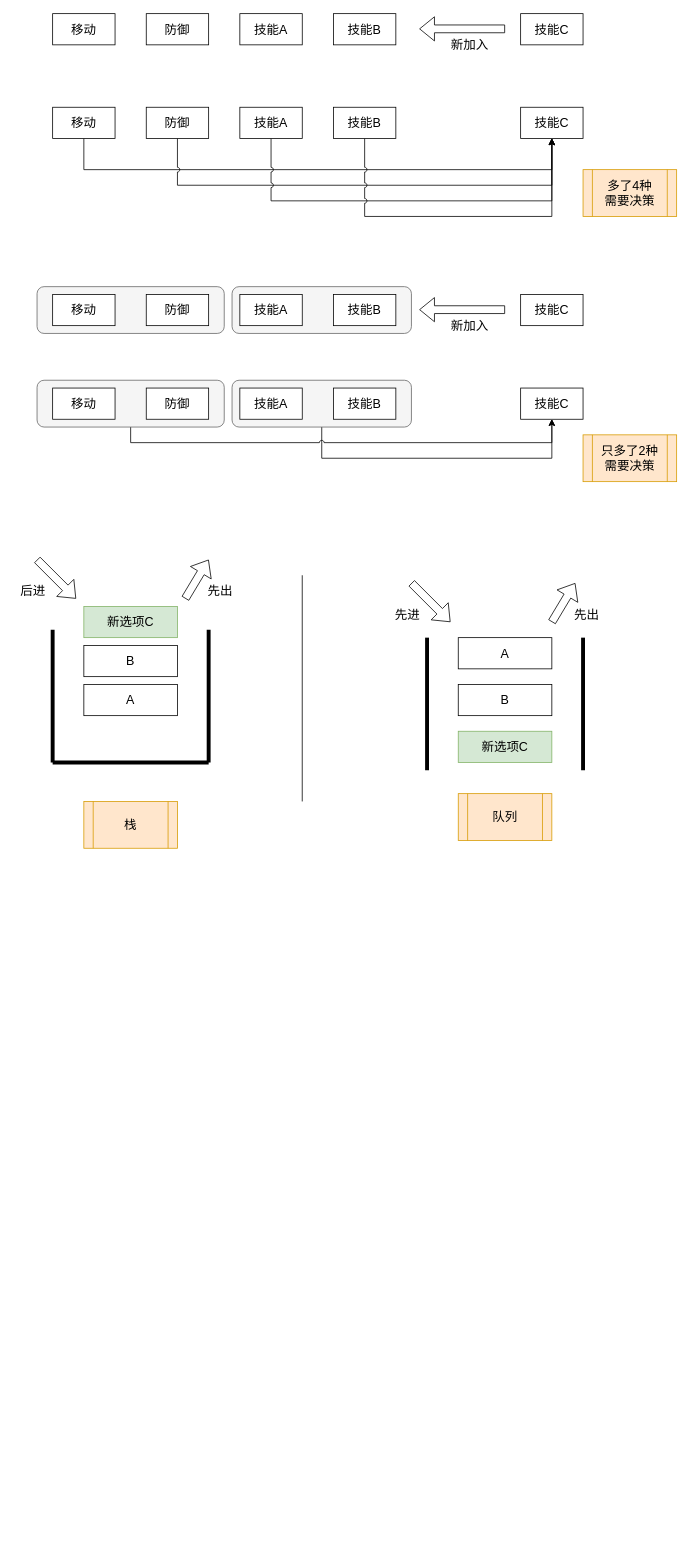
jskyzero/design.jskyzero.com keeps this draw.io diagram as assets/img/skill/GameAISkill/GameAISkill.drawio. Above is the earlier version. Source tidied: cells renumbered, new cells numbered last; positions are measured from the earlier drawing's top-left corner, leaving out a move shared by most shapes. Both pictures are drawn from the tidied source at 78%, with x=0, y=0 at pixel (13, 13).
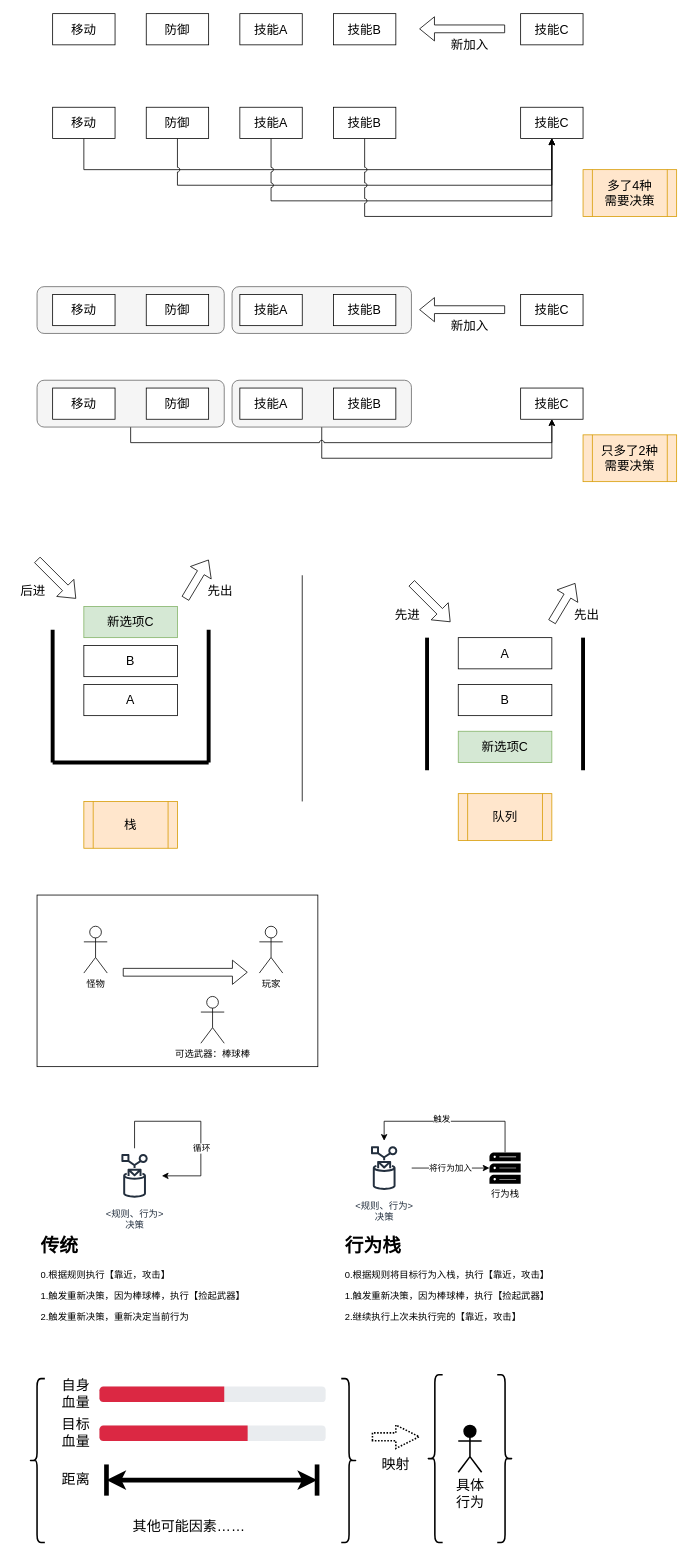
After the change.

Diff of the diagram source:
```diff
@@
+    <mxCell id="60" style="rounded=0;whiteSpace=wrap;html=1;" parent="1" vertex="1">
+      <mxGeometry x="30" y="1130" width="360" height="220" as="geometry" />
+    </mxCell>
@@
+    <mxCell id="61" value="怪物" style="shape=umlActor;verticalLabelPosition=bottom;verticalAlign=top;html=1;" parent="1" vertex="1">
+      <mxGeometry x="90" y="1170" width="30" height="60" as="geometry" />
+    </mxCell>
+    <mxCell id="62" value="玩家&lt;br&gt;" style="shape=umlActor;verticalLabelPosition=bottom;verticalAlign=top;html=1;" parent="1" vertex="1">
+      <mxGeometry x="315" y="1170" width="30" height="60" as="geometry" />
+    </mxCell>
+    <mxCell id="63" style="shape=flexArrow;endArrow=classic;html=1;" parent="1" edge="1">
+      <mxGeometry relative="1" as="geometry">
+        <mxPoint x="140" y="1229" as="sourcePoint" />
+        <mxPoint x="300" y="1229" as="targetPoint" />
+      </mxGeometry>
+    </mxCell>
+    <mxCell id="64" value="可选武器：棒球棒" style="shape=umlActor;verticalLabelPosition=bottom;verticalAlign=top;html=1;" parent="1" vertex="1">
+      <mxGeometry x="240" y="1260" width="30" height="60" as="geometry" />
+    </mxCell>
+    <mxCell id="65" style="edgeStyle=orthogonalEdgeStyle;rounded=0;orthogonalLoop=1;jettySize=auto;html=1;" parent="1" edge="1" source="67" target="67">
+      <mxGeometry relative="1" as="geometry">
+        <Array as="points">
+          <mxPoint x="155" y="1420" />
+          <mxPoint x="240" y="1420" />
+          <mxPoint x="240" y="1490" />
+        </Array>
+      </mxGeometry>
+    </mxCell>
+    <mxCell id="66" value="循环" style="edgeLabel;html=1;align=center;verticalAlign=middle;" parent="65" vertex="1">
+      <mxGeometry x="0.28" relative="1" as="geometry" />
+    </mxCell>
+    <mxCell id="67" value="&amp;lt;规则、行为&amp;gt;&lt;br&gt;决策" style="outlineConnect=0;fontColor=#232F3E;gradientColor=none;strokeColor=#232F3E;fillColor=#ffffff;dashed=0;verticalLabelPosition=bottom;verticalAlign=top;align=center;html=1;fontSize=12;fontStyle=0;shape=mxgraph.aws4.resourceIcon;resIcon=mxgraph.aws4.rule;" parent="1" vertex="1">
+      <mxGeometry x="120" y="1455" width="70" height="70" as="geometry" />
+    </mxCell>
+    <mxCell id="68" value="&lt;h1&gt;传统&lt;/h1&gt;&lt;p&gt;0.根据规则执行【靠近，攻击】&lt;/p&gt;&lt;p&gt;1.触发重新决策，因为棒球棒，执行【捡起武器】&lt;/p&gt;&lt;p&gt;2.触发重新决策，重新决定当前行为&lt;/p&gt;" style="text;html=1;strokeColor=none;fillColor=none;spacing=5;spacingTop=-20;whiteSpace=wrap;overflow=hidden;rounded=0;" parent="1" vertex="1">
+      <mxGeometry x="30" y="1560" width="300" height="120" as="geometry" />
+    </mxCell>
+    <mxCell id="69" value="将行为加入" style="edgeStyle=orthogonalEdgeStyle;rounded=0;jettySize=auto;html=1;" parent="1" edge="1" source="70" target="74">
+      <mxGeometry relative="1" as="geometry" />
+    </mxCell>
+    <mxCell id="70" value="&amp;lt;规则、行为&amp;gt;&lt;br&gt;决策" style="outlineConnect=0;fontColor=#232F3E;gradientColor=none;strokeColor=#232F3E;fillColor=#ffffff;dashed=0;verticalLabelPosition=bottom;verticalAlign=top;align=center;html=1;fontSize=12;fontStyle=0;shape=mxgraph.aws4.resourceIcon;resIcon=mxgraph.aws4.rule;" parent="1" vertex="1">
+      <mxGeometry x="440" y="1445" width="70" height="70" as="geometry" />
+    </mxCell>
+    <mxCell id="71" value="&lt;h1&gt;行为栈&lt;/h1&gt;&lt;p&gt;0.根据规则将目标行为入栈，执行【靠近，攻击】&lt;/p&gt;&lt;p&gt;1.触发重新决策，因为棒球棒，执行【捡起武器】&lt;/p&gt;&lt;p&gt;2.继续执行上次未执行完的【靠近，攻击】&lt;/p&gt;" style="text;html=1;strokeColor=none;fillColor=none;spacing=5;spacingTop=-20;whiteSpace=wrap;overflow=hidden;rounded=0;" parent="1" vertex="1">
+      <mxGeometry x="420" y="1560" width="300" height="120" as="geometry" />
+    </mxCell>
+    <mxCell id="72" style="edgeStyle=orthogonalEdgeStyle;rounded=0;jettySize=auto;html=1;" parent="1" edge="1" source="74" target="70">
+      <mxGeometry relative="1" as="geometry">
+        <Array as="points">
+          <mxPoint x="630" y="1420" />
+          <mxPoint x="475" y="1420" />
+        </Array>
+      </mxGeometry>
+    </mxCell>
+    <mxCell id="73" value="触发" style="edgeLabel;html=1;align=center;verticalAlign=middle;" parent="72" vertex="1">
+      <mxGeometry x="0.11" y="-3" relative="1" as="geometry" />
+    </mxCell>
+    <mxCell id="74" value="行为栈" style="shadow=0;dashed=0;html=1;strokeColor=none;labelPosition=center;verticalLabelPosition=bottom;verticalAlign=top;align=center;outlineConnect=0;shape=mxgraph.veeam2.server_stack;fillColor=#000000;" parent="1" vertex="1">
+      <mxGeometry x="610" y="1460" width="40" height="40" as="geometry" />
+    </mxCell>
+    <mxCell id="75" style="html=1;shadow=0;dashed=0;shape=mxgraph.bootstrap.rrect;rSize=5;fillColor=#E9ECEF;strokeColor=none;" parent="1" vertex="1">
+      <mxGeometry x="110" y="1760" width="290" height="20" as="geometry" />
+    </mxCell>
+    <mxCell id="76" style="html=1;shadow=0;dashed=0;shape=mxgraph.bootstrap.leftButton;rSize=5;fillColor=#DB2843;strokeColor=none;" parent="75" vertex="1">
+      <mxGeometry width="160" height="20" relative="1" as="geometry" />
+    </mxCell>
+    <mxCell id="77" style="html=1;shadow=0;dashed=0;shape=mxgraph.bootstrap.rrect;rSize=5;fillColor=#E9ECEF;strokeColor=none;" parent="1" vertex="1">
+      <mxGeometry x="110" y="1810" width="290" height="20" as="geometry" />
+    </mxCell>
+    <mxCell id="78" style="html=1;shadow=0;dashed=0;shape=mxgraph.bootstrap.leftButton;rSize=5;fillColor=#DB2843;strokeColor=none;" parent="77" vertex="1">
+      <mxGeometry width="190" height="20" relative="1" as="geometry" />
+    </mxCell>
+    <mxCell id="79" style="endArrow=classic;startArrow=classic;html=1;strokeWidth=6;" parent="1" edge="1">
+      <mxGeometry relative="1" as="geometry">
+        <mxPoint x="119" y="1880" as="sourcePoint" />
+        <mxPoint x="389" y="1880" as="targetPoint" />
+      </mxGeometry>
+    </mxCell>
+    <mxCell id="80" style="endArrow=none;html=1;strokeWidth=6;" parent="1" edge="1">
+      <mxGeometry relative="1" as="geometry">
+        <mxPoint x="119" y="1900" as="sourcePoint" />
+        <mxPoint x="119" y="1860" as="targetPoint" />
+        <Array as="points">
+          <mxPoint x="119" y="1880" />
+        </Array>
+      </mxGeometry>
+    </mxCell>
+    <mxCell id="81" style="endArrow=none;html=1;strokeWidth=6;" parent="1" edge="1">
+      <mxGeometry relative="1" as="geometry">
+        <mxPoint x="389" y="1900" as="sourcePoint" />
+        <mxPoint x="389" y="1860" as="targetPoint" />
+      </mxGeometry>
+    </mxCell>
+    <mxCell id="82" value="&lt;font style=&quot;font-size: 18px&quot;&gt;自身血量&lt;/font&gt;" style="text;html=1;strokeColor=none;fillColor=none;align=center;verticalAlign=middle;whiteSpace=wrap;rounded=0;" parent="1" vertex="1">
+      <mxGeometry x="60" y="1760" width="40" height="20" as="geometry" />
+    </mxCell>
+    <mxCell id="83" value="&lt;font style=&quot;font-size: 18px&quot;&gt;目标血量&lt;/font&gt;" style="text;html=1;strokeColor=none;fillColor=none;align=center;verticalAlign=middle;whiteSpace=wrap;rounded=0;" parent="1" vertex="1">
+      <mxGeometry x="60" y="1810" width="40" height="20" as="geometry" />
+    </mxCell>
+    <mxCell id="84" value="&lt;span style=&quot;font-size: 18px&quot;&gt;距离&lt;/span&gt;" style="text;html=1;strokeColor=none;fillColor=none;align=center;verticalAlign=middle;whiteSpace=wrap;rounded=0;" parent="1" vertex="1">
+      <mxGeometry x="60" y="1870" width="40" height="20" as="geometry" />
+    </mxCell>
+    <mxCell id="85" style="shape=curlyBracket;whiteSpace=wrap;html=1;rounded=1;fillColor=#000000;strokeWidth=2;" parent="1" vertex="1">
+      <mxGeometry x="20" y="1750" width="20" height="210" as="geometry" />
+    </mxCell>
+    <mxCell id="86" style="shape=curlyBracket;whiteSpace=wrap;html=1;rounded=1;flipH=1;strokeWidth=2;fillColor=#000000;" parent="1" vertex="1">
+      <mxGeometry x="420" y="1750" width="20" height="210" as="geometry" />
+    </mxCell>
+    <mxCell id="87" style="shape=curlyBracket;whiteSpace=wrap;html=1;rounded=1;fillColor=#000000;strokeWidth=2;" parent="1" vertex="1">
+      <mxGeometry x="530" y="1745" width="20" height="215" as="geometry" />
+    </mxCell>
+    <mxCell id="88" style="shape=curlyBracket;whiteSpace=wrap;html=1;rounded=1;flipH=1;strokeWidth=2;fillColor=#000000;" parent="1" vertex="1">
+      <mxGeometry x="620" y="1745" width="20" height="215" as="geometry" />
+    </mxCell>
+    <mxCell id="89" value="&lt;font style=&quot;font-size: 18px&quot;&gt;具体&lt;br&gt;行为&lt;/font&gt;" style="shape=umlActor;verticalLabelPosition=bottom;verticalAlign=top;html=1;strokeWidth=2;fillColor=#000000;" parent="1" vertex="1">
+      <mxGeometry x="570" y="1810" width="30" height="60" as="geometry" />
+    </mxCell>
+    <mxCell id="90" style="shape=arrow;endArrow=classic;html=1;strokeWidth=2;dashed=1;dashPattern=1 1;" parent="1" edge="1">
+      <mxGeometry relative="1" as="geometry">
+        <mxPoint x="460" y="1824.5" as="sourcePoint" />
+        <mxPoint x="520" y="1824.5" as="targetPoint" />
+      </mxGeometry>
+    </mxCell>
+    <mxCell id="91" value="&lt;span style=&quot;font-size: 18px&quot;&gt;映射&lt;br&gt;&lt;/span&gt;" style="text;html=1;strokeColor=none;fillColor=none;align=center;verticalAlign=middle;whiteSpace=wrap;rounded=0;" parent="1" vertex="1">
+      <mxGeometry x="470" y="1850" width="40" height="20" as="geometry" />
+    </mxCell>
+    <mxCell id="92" value="&lt;span style=&quot;font-size: 18px&quot;&gt;其他可能因素……&lt;/span&gt;" style="text;html=1;strokeColor=none;fillColor=none;align=center;verticalAlign=middle;whiteSpace=wrap;rounded=0;" parent="1" vertex="1">
+      <mxGeometry x="60" y="1930" width="330" height="20" as="geometry" />
+    </mxCell>
```
